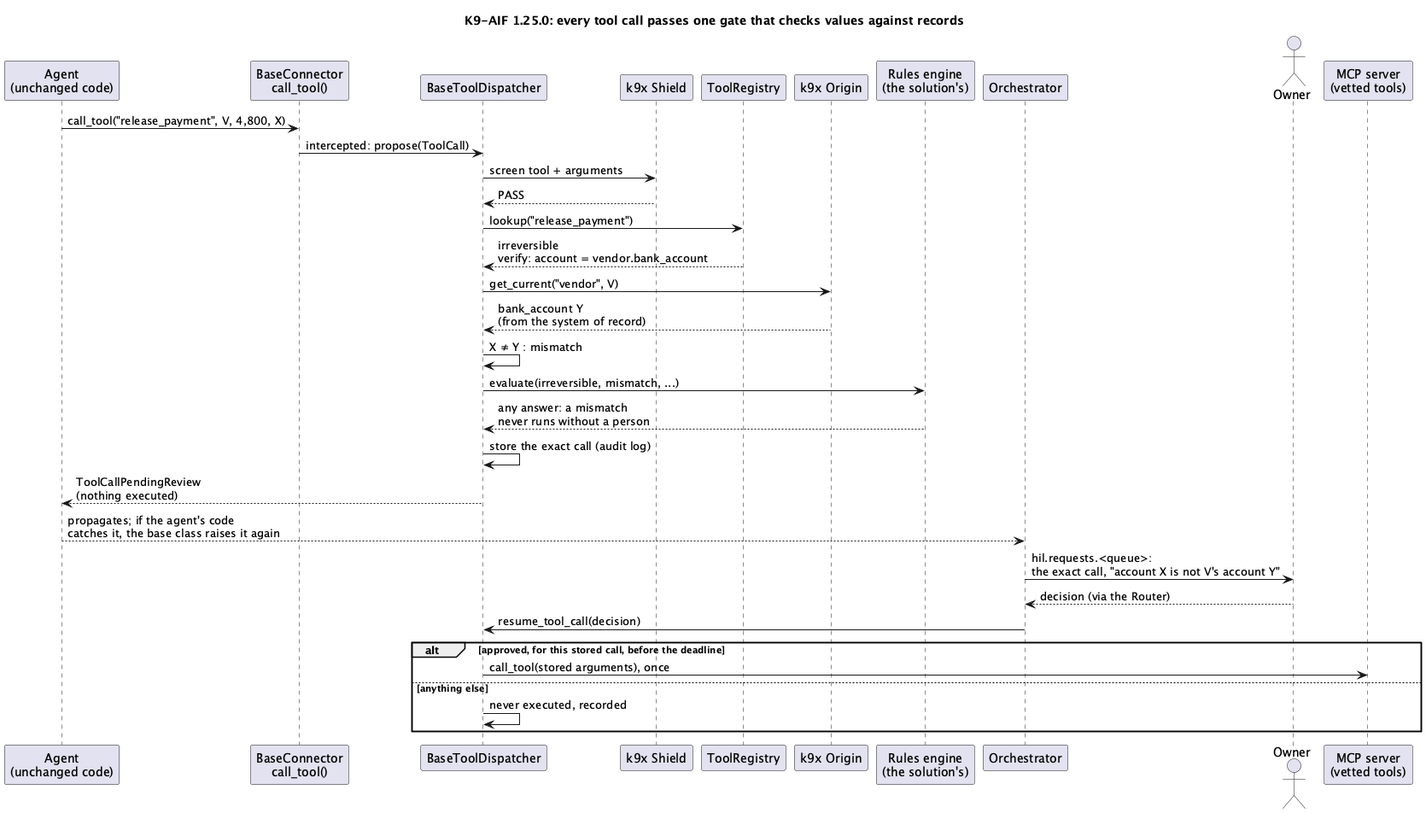
The PlantUML diagram assets/images/blogs/hil-review-planned.png in k9aif/k9-aif-blogs, before a commit.
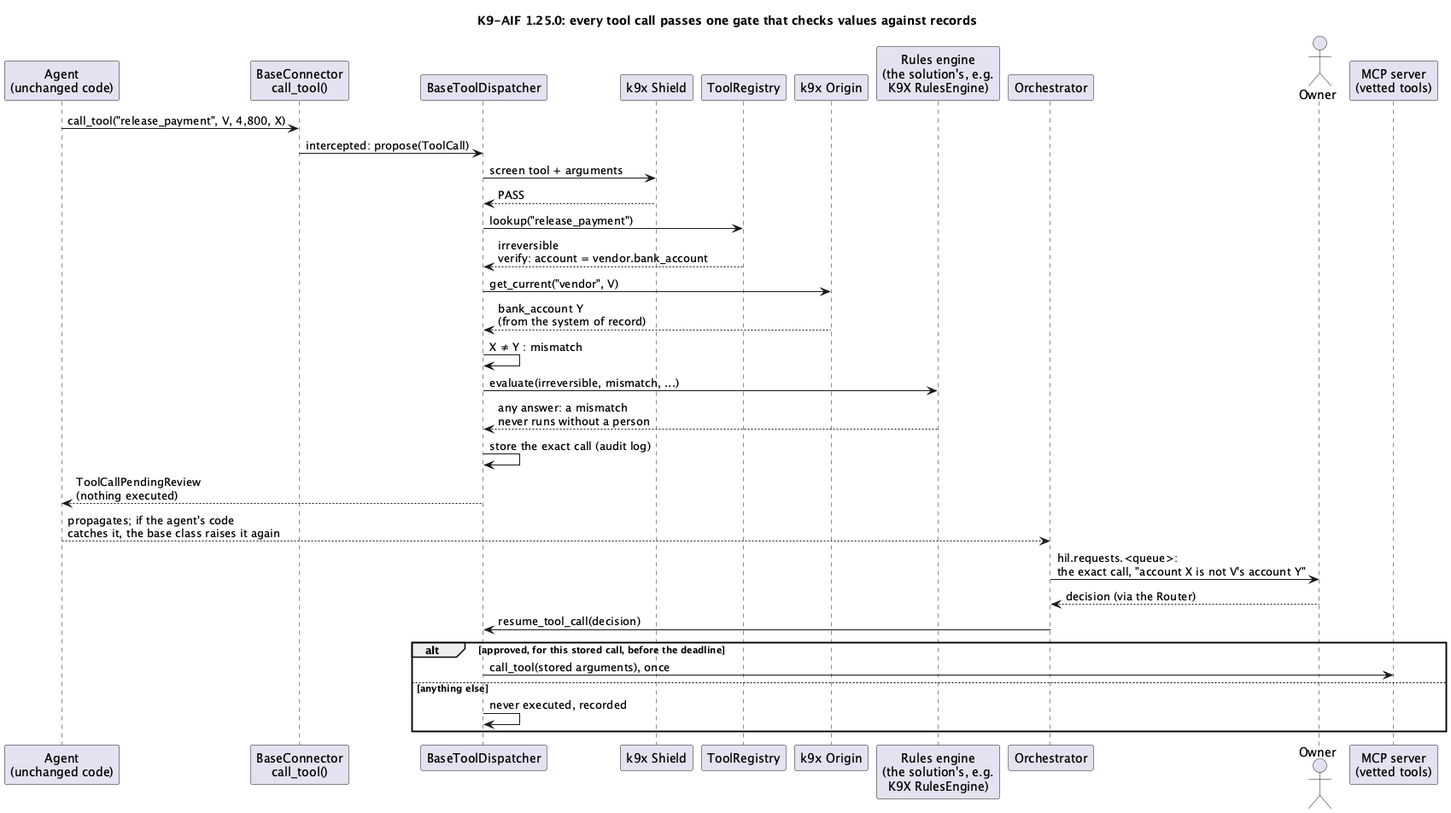
Above is the later version.

Commit message:
Blog draft: name K9X RulesEngine in the 1.25.0 sequence diagram

The edit, as a diff of the source:
```diff
@@ -7,7 +7,7 @@
 participant "k9x Shield" as SE
 participant "ToolRegistry" as R
 participant "k9x Origin" as OR
-participant "Rules engine\n(the solution's)" as RU
+participant "Rules engine\n(the solution's, e.g.\nK9X RulesEngine)" as RU
 participant "Orchestrator" as O
 actor "Owner" as V
 participant "MCP server\n(vetted tools)" as T
```
